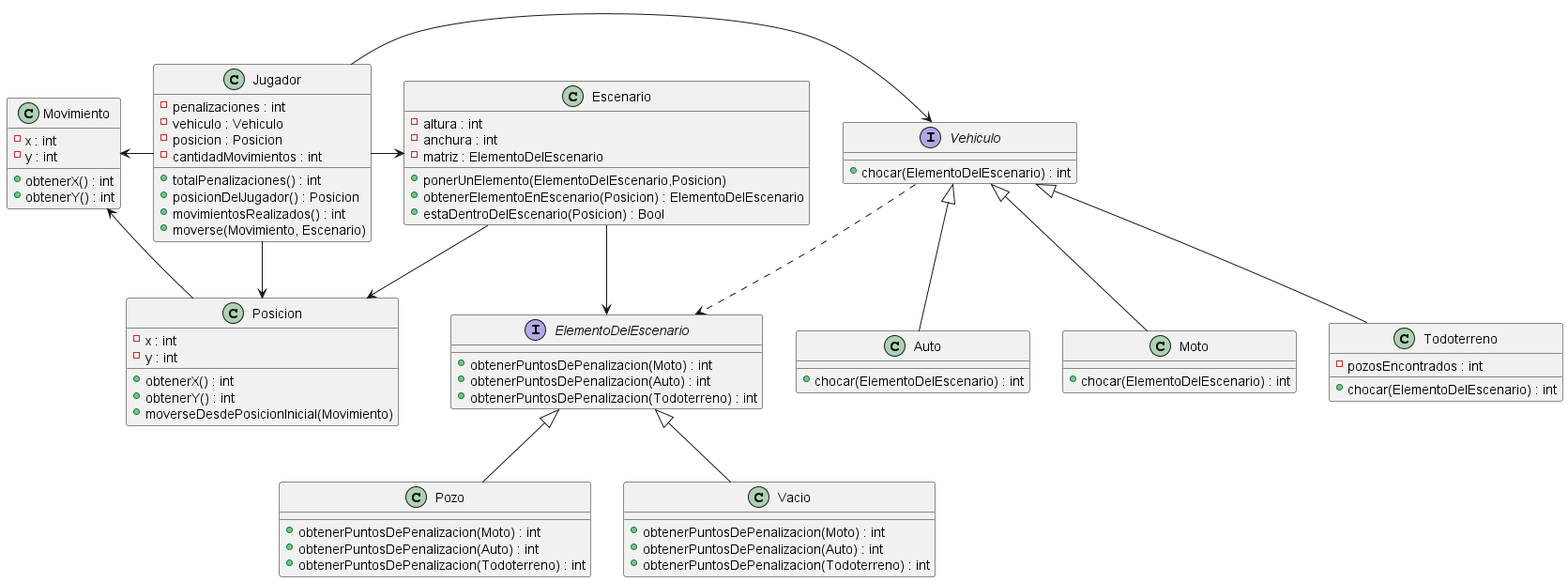
The PlantUML diagram diagrams/classes/diagrama_clase.png in NestorPala/T17-GPSChallenge, before a commit. Its source is kept beside it as diagrams/classes/diagrama_clase.puml.
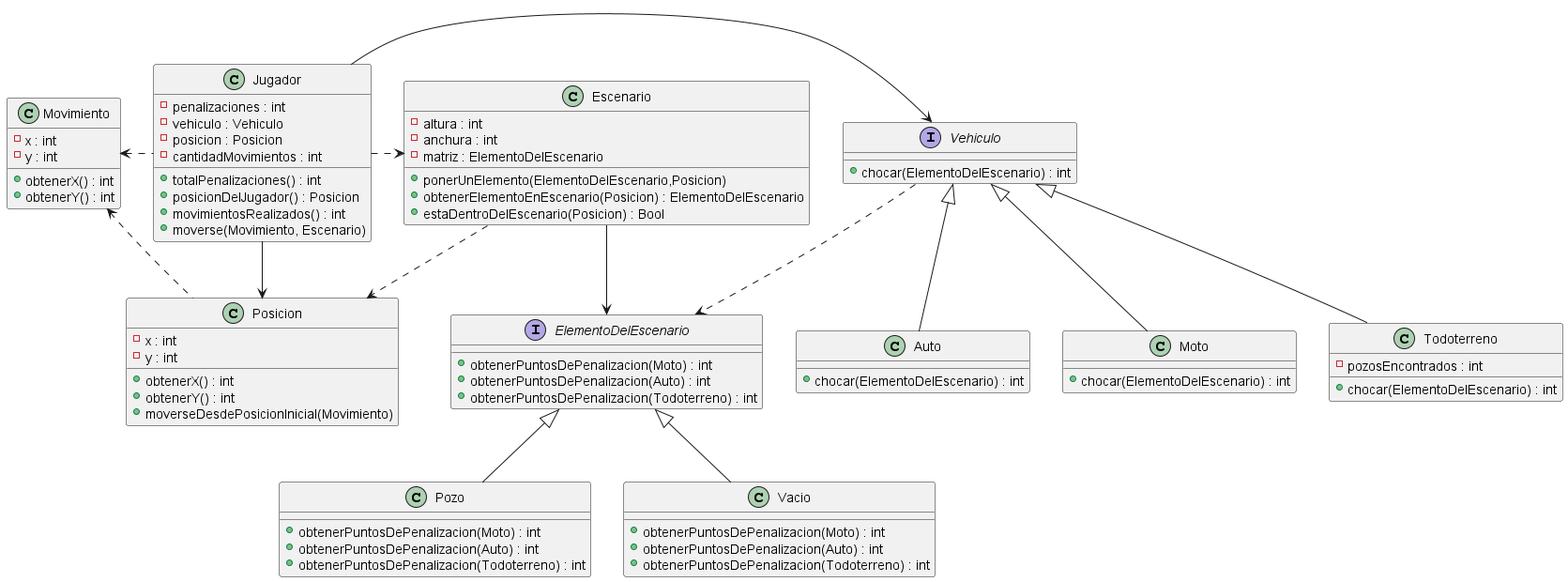
The same diagram one commit later.

Commit message:
Cambio más relaciones del diagrama de clases

Change to the diagram source:
```diff
@@ -71,7 +71,7 @@
 }
 
 Jugador -> Vehiculo
-Movimiento <- Jugador
+Movimiento <. Jugador
 
 Vehiculo <|-- Auto
 Vehiculo <|-- Moto
@@ -81,11 +81,11 @@
 ElementoDelEscenario <|-- Vacio
 
 Jugador --> Posicion
-Jugador -> Escenario
+Jugador .> Escenario
 
 Escenario --> ElementoDelEscenario
-Escenario -> Posicion
-Movimiento <-- Posicion
+Escenario ..> Posicion
+Movimiento <.. Posicion
 Vehiculo ..> ElementoDelEscenario
 
 @enduml
```
